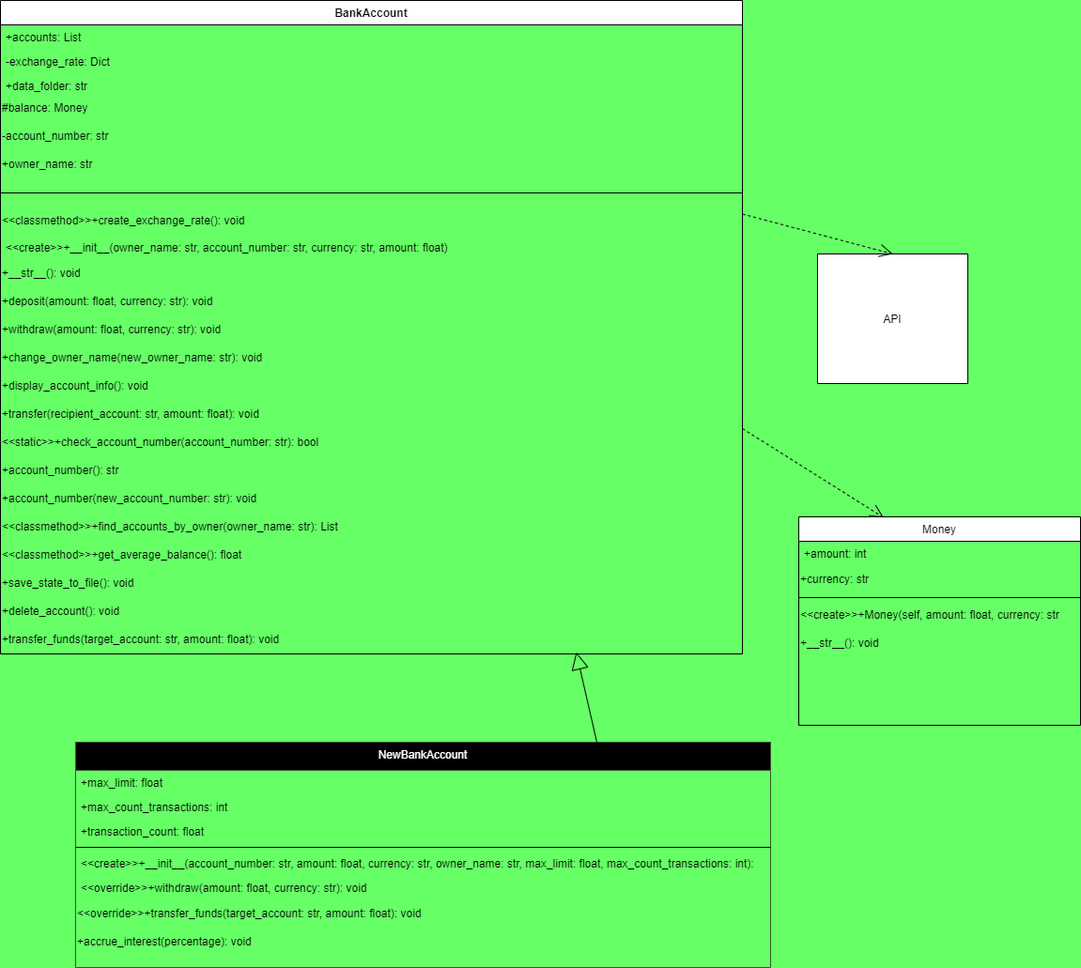
This is dz69/umldz.png from VladStrem/Homework, a draw.io export, as it was before one commit. Source tidied: cells renumbered, new cells last; positions are measured from the earlier drawing's top-left corner, leaving out a move shared by most shapes.
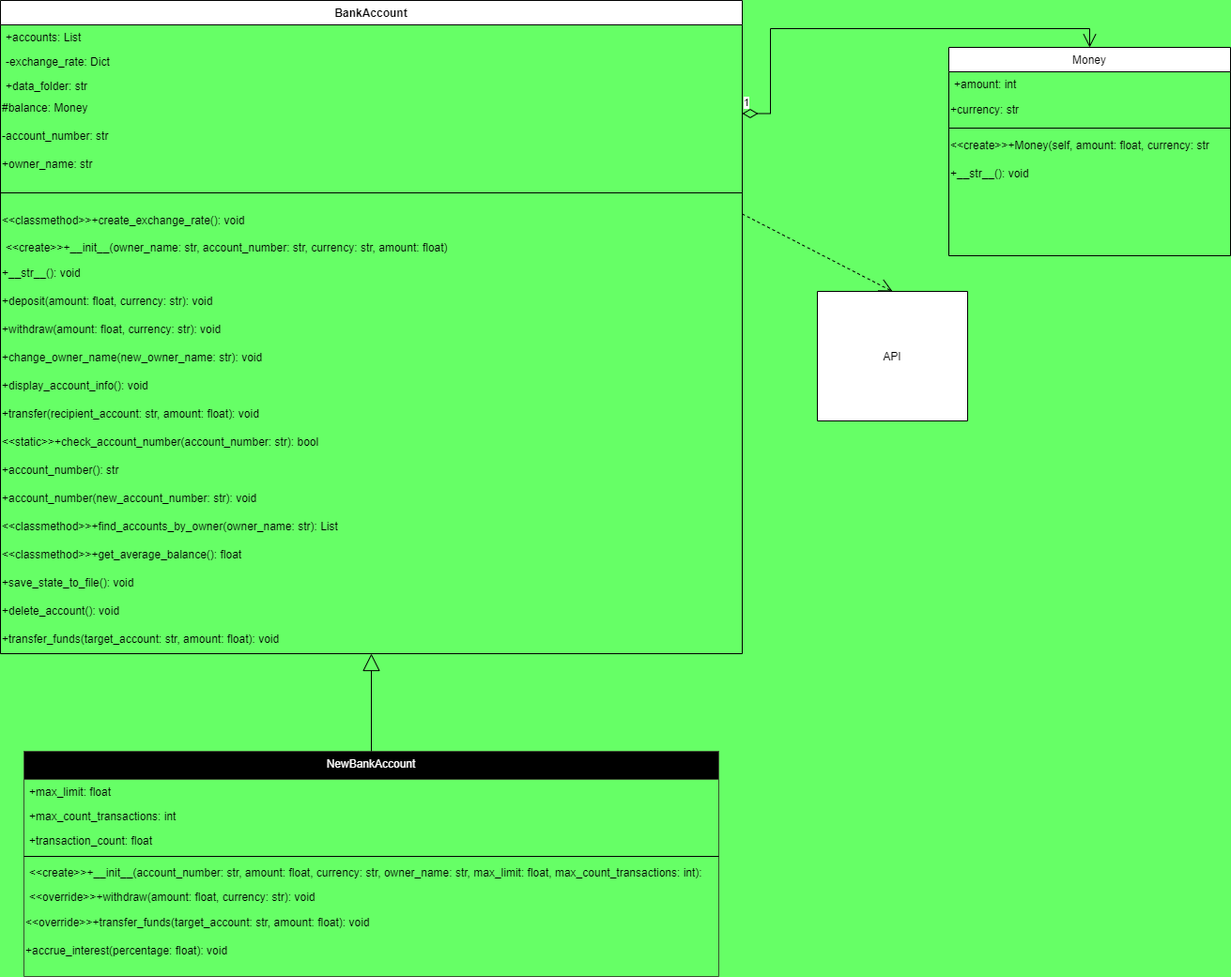
Later version of the same file.

Change to the diagram source:
```diff
@@ -3,7 +3,7 @@
     <mxCell id="0" />
     <mxCell id="1" parent="0" />
     <mxCell id="2" value="BankAccount" style="swimlane;fontStyle=1;align=center;verticalAlign=top;horizontal=1;startSize=26;rounded=0;shadow=0;strokeWidth=1;" parent="1" vertex="1">
-      <mxGeometry width="790" height="696" as="geometry" />
+      <mxGeometry x="-20" y="-10" width="790" height="696" as="geometry" />
     </mxCell>
     <mxCell id="3" value="+accounts: List" style="text;align=left;verticalAlign=top;spacingLeft=4;spacingRight=4;overflow=hidden;" parent="2" vertex="1">
       <mxGeometry y="26" width="790" height="26" as="geometry" />
@@ -75,10 +75,10 @@
       <mxGeometry y="666" width="790" height="30" as="geometry" />
     </mxCell>
     <mxCell id="26" value="API" style="swimlane;fontStyle=0;align=center;verticalAlign=middle;horizontal=1;startSize=138;rounded=0;shadow=0;strokeWidth=1;" parent="1" vertex="1">
-      <mxGeometry x="870" y="270" width="160" height="138" as="geometry" />
+      <mxGeometry x="850" y="300" width="160" height="138" as="geometry" />
     </mxCell>
     <mxCell id="27" value="Money" style="swimlane;fontStyle=0;align=center;verticalAlign=top;horizontal=1;startSize=26;rounded=0;shadow=0;strokeWidth=1;" parent="1" vertex="1">
-      <mxGeometry x="850" y="550" width="300" height="222" as="geometry" />
+      <mxGeometry x="990" y="40" width="300" height="222" as="geometry" />
     </mxCell>
     <mxCell id="28" value="+amount: int" style="text;align=left;verticalAlign=top;spacingLeft=4;spacingRight=4;overflow=hidden;" parent="27" vertex="1">
       <mxGeometry y="26" width="300" height="26" as="geometry" />
@@ -96,7 +96,7 @@
       <mxGeometry y="120" width="300" height="30" as="geometry" />
     </mxCell>
     <mxCell id="33" value="NewBankAccount" style="swimlane;fontStyle=0;align=center;verticalAlign=top;horizontal=1;startSize=30;rounded=0;shadow=0;strokeWidth=1;fillColor=#000000;fontColor=#ffffff;strokeColor=#3A5431;gradientColor=none;swimlaneFillColor=none;" parent="1" vertex="1">
-      <mxGeometry x="80" y="790" width="740" height="240" as="geometry" />
+      <mxGeometry x="5" y="790" width="740" height="240" as="geometry" />
     </mxCell>
     <mxCell id="34" value="+max_limit: float" style="text;align=left;verticalAlign=top;spacingLeft=4;spacingRight=4;overflow=hidden;" parent="33" vertex="1">
       <mxGeometry y="30" width="740" height="26" as="geometry" />
@@ -119,17 +119,24 @@
     <mxCell id="40" value="&amp;lt;&amp;lt;override&amp;gt;&amp;gt;+transfer_funds(target_account: str, amount: float): void" style="text;html=1;align=left;verticalAlign=middle;whiteSpace=wrap;rounded=0;" parent="33" vertex="1">
       <mxGeometry y="168" width="740" height="30" as="geometry" />
     </mxCell>
-    <mxCell id="41" value="+accrue_interest(percentage): void" style="text;html=1;align=left;verticalAlign=middle;whiteSpace=wrap;rounded=0;" parent="33" vertex="1">
+    <mxCell id="41" value="+accrue_interest(percentage: float): void" style="text;html=1;align=left;verticalAlign=middle;whiteSpace=wrap;rounded=0;" parent="33" vertex="1">
       <mxGeometry y="198" width="740" height="30" as="geometry" />
     </mxCell>
     <mxCell id="42" style="endArrow=open;endSize=12;dashed=1;html=1;rounded=0;entryX=0.5;entryY=0;entryDx=0;entryDy=0;exitX=1;exitY=0.25;exitDx=0;exitDy=0;" parent="1" edge="1" source="10" target="26">
       <mxGeometry relative="1" as="geometry" />
     </mxCell>
-    <mxCell id="43" style="endArrow=open;endSize=12;dashed=1;html=1;rounded=0;exitX=1;exitY=1;exitDx=0;exitDy=0;entryX=0.301;entryY=0.003;entryDx=0;entryDy=0;entryPerimeter=0;" parent="1" edge="1" source="17" target="27">
-      <mxGeometry relative="1" as="geometry" />
-    </mxCell>
-    <mxCell id="44" style="endArrow=block;endSize=16;endFill=0;html=1;rounded=0;exitX=0.75;exitY=0;exitDx=0;exitDy=0;entryX=0.776;entryY=0.94;entryDx=0;entryDy=0;entryPerimeter=0;" parent="1" edge="1" source="33" target="25">
+    <mxCell id="44" style="endArrow=block;endSize=16;endFill=0;html=1;rounded=0;exitX=0.5;exitY=0;exitDx=0;exitDy=0;entryX=0.5;entryY=1;entryDx=0;entryDy=0;" parent="1" edge="1" source="33" target="25">
       <mxGeometry relative="1" as="geometry" />
     </mxCell>
+    <mxCell id="45" value="1" style="endArrow=open;html=1;endSize=12;startArrow=diamondThin;startSize=14;startFill=0;edgeStyle=orthogonalEdgeStyle;align=left;verticalAlign=bottom;rounded=0;entryX=0.5;entryY=0;entryDx=0;entryDy=0;" parent="1" edge="1" target="27">
+      <mxGeometry x="-1" y="3" relative="1" as="geometry">
+        <mxPoint x="770" y="110.5" as="sourcePoint" />
+        <Array as="points">
+          <mxPoint x="800" y="111" />
+          <mxPoint x="800" y="20" />
+          <mxPoint x="1140" y="20" />
+        </Array>
+      </mxGeometry>
+    </mxCell>
   </root>
 </mxGraphModel>
```
